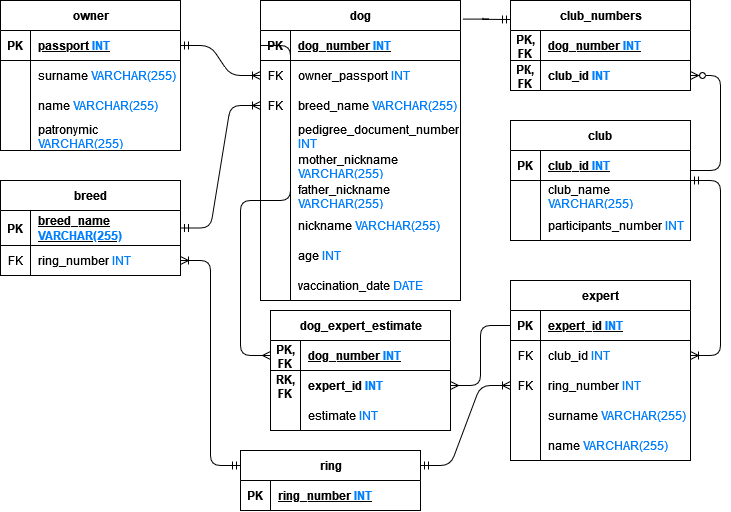
This is 5_semester/BD/lab_1/db.png from ShavrinAlex/Leti, a draw.io export, as it was before one commit. Source tidied: cells renumbered, new cells last; positions are measured from the earlier drawing's top-left corner, leaving out a move shared by most shapes.
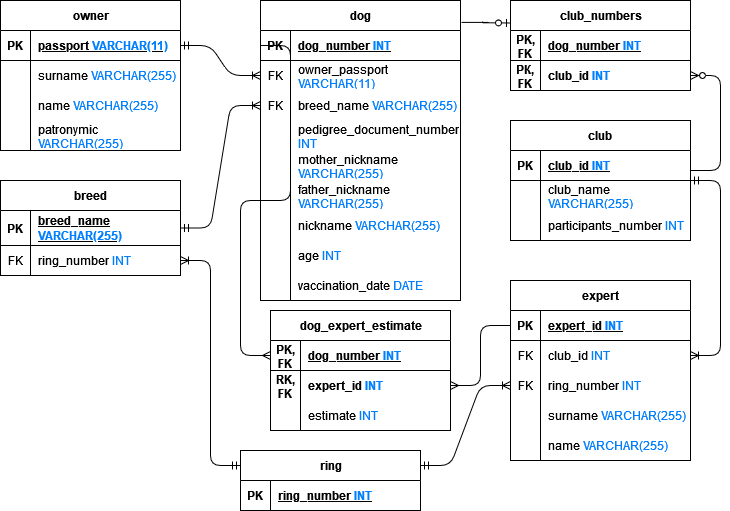
After the commit.

Change to the diagram source:
```diff
@@ -20,7 +20,7 @@
     <mxCell id="7" value="FK" style="shape=partialRectangle;fillColor=none;top=0;left=0;bottom=0;right=0;fontStyle=0;overflow=hidden;whiteSpace=wrap;html=1;" parent="6" vertex="1">
       <mxGeometry width="30" height="30" as="geometry" />
     </mxCell>
-    <mxCell id="8" value="owner_passport &lt;font color=&quot;#0080ff&quot;&gt;INT&lt;/font&gt; " style="shape=partialRectangle;fillColor=none;top=0;left=0;bottom=0;right=0;align=left;spacingLeft=6;fontStyle=0;overflow=hidden;whiteSpace=wrap;html=1;" parent="6" vertex="1">
+    <mxCell id="8" value="owner_passport &lt;font color=&quot;#0080ff&quot;&gt;VARCHAR(11)&lt;/font&gt; " style="shape=partialRectangle;fillColor=none;top=0;left=0;bottom=0;right=0;align=left;spacingLeft=6;fontStyle=0;overflow=hidden;whiteSpace=wrap;html=1;" parent="6" vertex="1">
       <mxGeometry x="30" width="170" height="30" as="geometry" />
     </mxCell>
     <mxCell id="9" style="shape=tableRow;horizontal=0;startSize=0;swimlaneHead=0;swimlaneBody=0;fillColor=none;points=[[0,0.5],[1,0.5]];portConstraint=eastwest;top=0;left=0;right=0;bottom=0;" parent="2" vertex="1">
@@ -125,7 +125,7 @@
     <mxCell id="42" value="PK" style="shape=partialRectangle;fillColor=none;top=0;left=0;bottom=0;right=0;fontStyle=1;overflow=hidden;whiteSpace=wrap;html=1;" parent="41" vertex="1">
       <mxGeometry width="30" height="30" as="geometry" />
     </mxCell>
-    <mxCell id="43" value="passport &lt;font color=&quot;#0080ff&quot;&gt;INT&lt;/font&gt; " style="shape=partialRectangle;fillColor=none;top=0;left=0;bottom=0;right=0;align=left;spacingLeft=6;fontStyle=5;overflow=hidden;whiteSpace=wrap;html=1;" parent="41" vertex="1">
+    <mxCell id="43" value="passport &lt;font color=&quot;#0080ff&quot;&gt;VARCHAR(11)&lt;/font&gt; " style="shape=partialRectangle;fillColor=none;top=0;left=0;bottom=0;right=0;align=left;spacingLeft=6;fontStyle=5;overflow=hidden;whiteSpace=wrap;html=1;" parent="41" vertex="1">
       <mxGeometry x="30" width="150" height="30" as="geometry" />
     </mxCell>
     <mxCell id="44" style="shape=tableRow;horizontal=0;startSize=0;swimlaneHead=0;swimlaneBody=0;fillColor=none;top=0;left=0;right=0;bottom=0;" parent="40" vertex="1">
@@ -330,13 +330,11 @@
     <mxCell id="103" style="edgeStyle=entityRelationEdgeStyle;fontSize=12;html=1;endArrow=ERmany;rounded=1;entryX=0;entryY=0.5;entryDx=0;entryDy=0;exitX=0;exitY=0.5;exitDx=0;exitDy=0;" parent="1" edge="1" source="3" target="94">
       <mxGeometry relative="1" as="geometry" />
     </mxCell>
-    <mxCell id="104" style="edgeStyle=entityRelationEdgeStyle;fontSize=12;html=1;endArrow=ERmandOne;rounded=1;exitX=1.01;exitY=0.062;exitDx=0;exitDy=0;exitPerimeter=0;" parent="1" edge="1" source="2">
-      <mxGeometry relative="1" as="geometry">
-        <mxPoint x="510" y="39" as="targetPoint" />
-      </mxGeometry>
-    </mxCell>
     <mxCell id="105" style="edgeStyle=entityRelationEdgeStyle;fontSize=12;html=1;endArrow=ERmany;rounded=1;entryX=1;entryY=0.5;entryDx=0;entryDy=0;exitX=0;exitY=0.5;exitDx=0;exitDy=0;" parent="1" edge="1" source="54" target="97">
       <mxGeometry relative="1" as="geometry" />
     </mxCell>
+    <mxCell id="106" style="edgeStyle=entityRelationEdgeStyle;fontSize=12;html=1;endArrow=ERzeroToOne;endFill=1;rounded=1;entryX=0;entryY=0.25;entryDx=0;entryDy=0;exitX=1.005;exitY=0.073;exitDx=0;exitDy=0;exitPerimeter=0;" parent="1" edge="1" source="2" target="85">
+      <mxGeometry relative="1" as="geometry" />
+    </mxCell>
   </root>
 </mxGraphModel>
```
